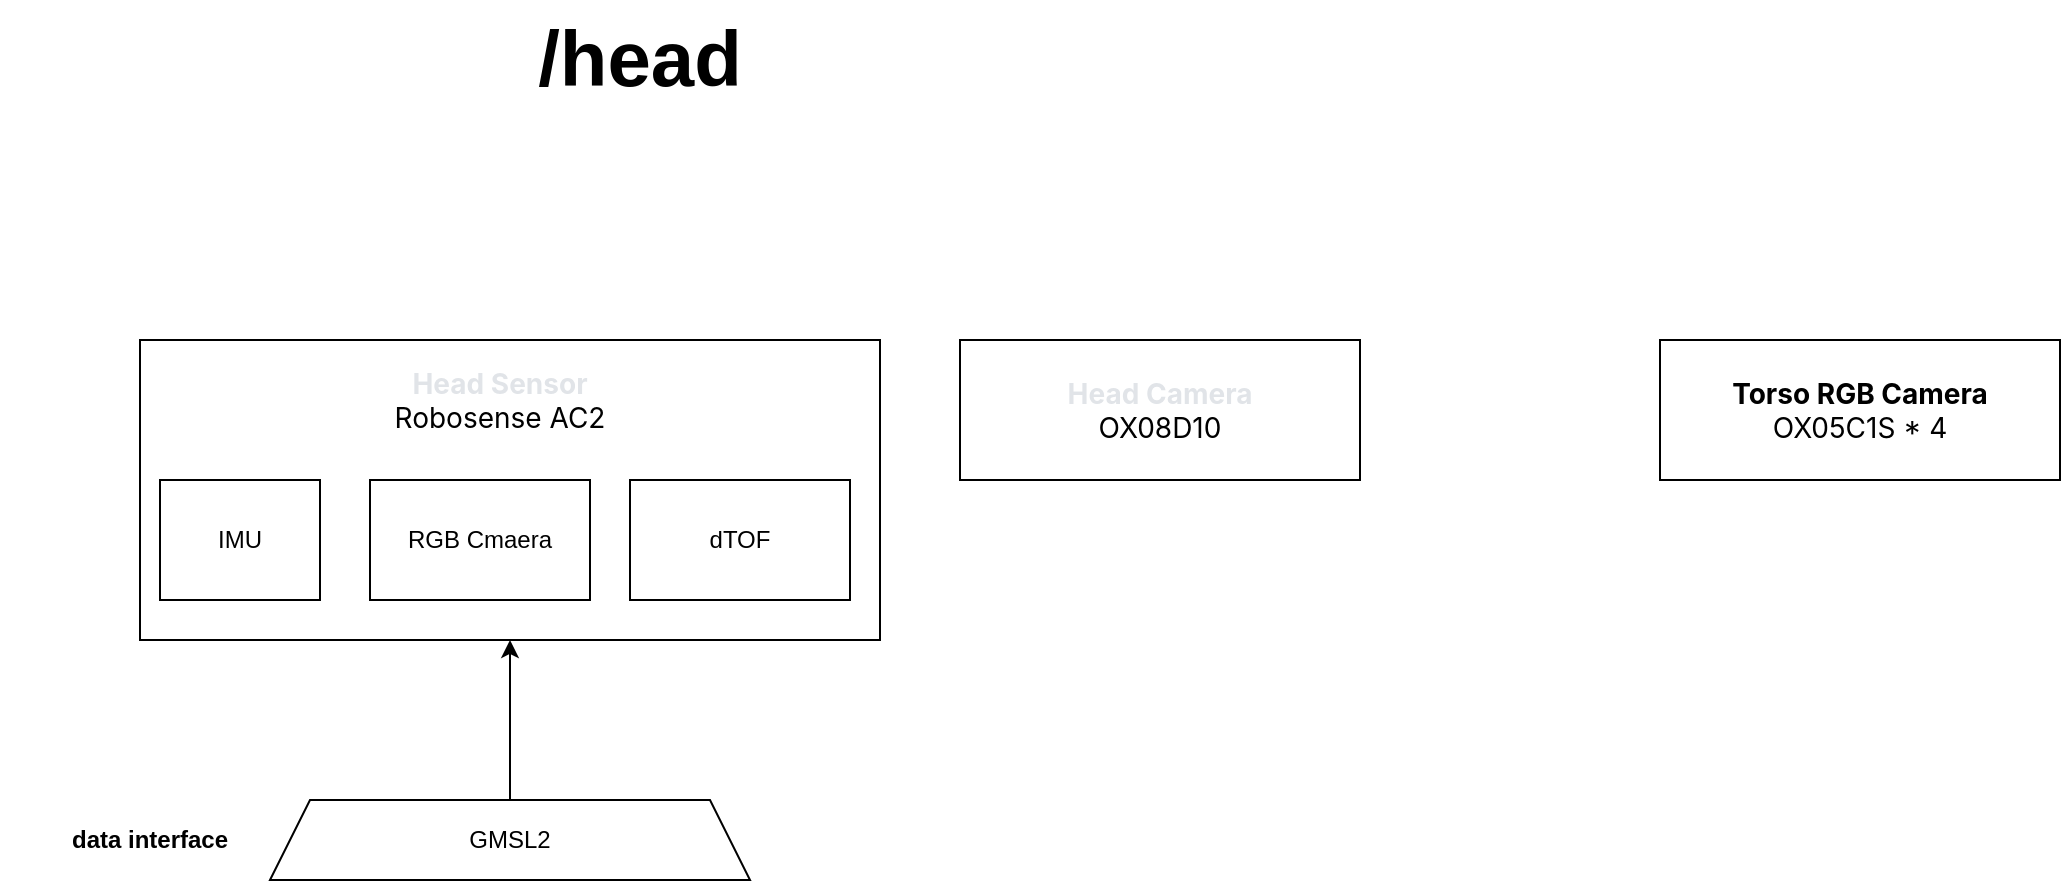
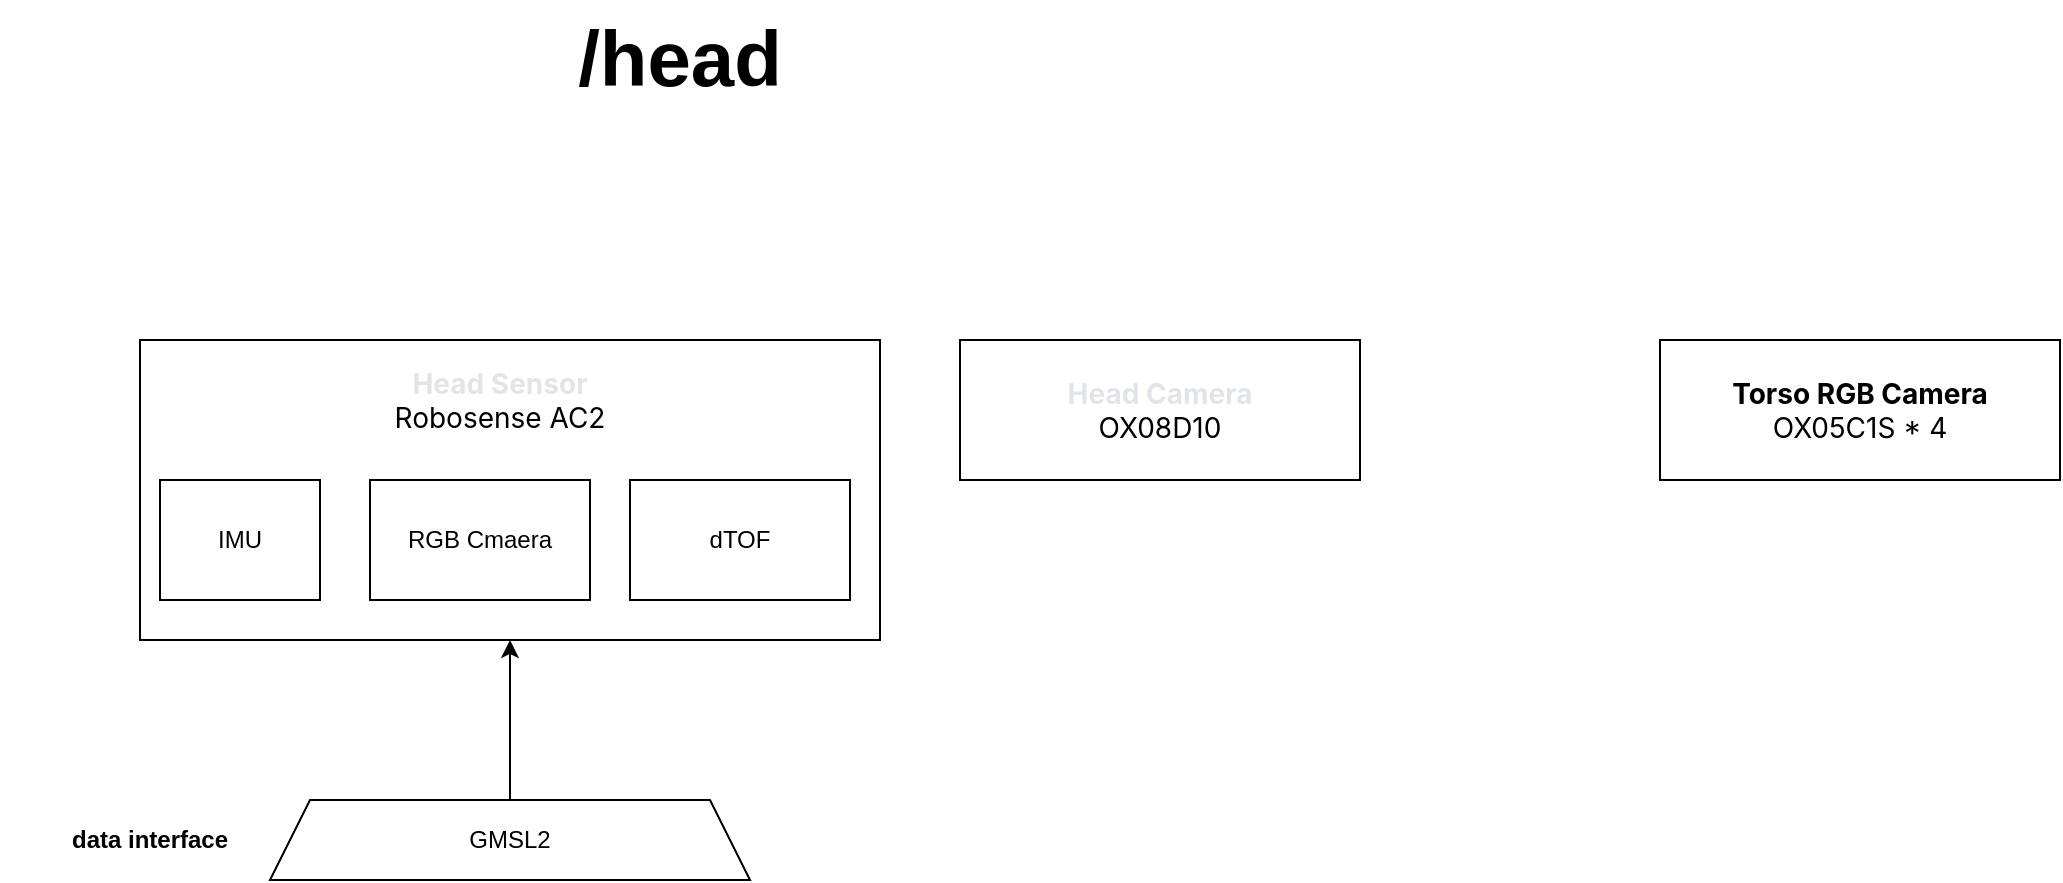
<mxfile host="app.diagrams.net">
  <diagram name="传感器整理" id="LXRXHt9DRMbfsnbOX2XS">
    <mxGraphModel dx="1947" dy="734" grid="1" gridSize="10" guides="1" tooltips="1" connect="1" arrows="1" fold="1" page="1" pageScale="1" pageWidth="827" pageHeight="1169" math="0" shadow="0">
      <root>
        <mxCell id="0" />
        <mxCell id="1" parent="0" />
        <mxCell id="if_Ictj8y_H9tt94Ulmm-2" parent="1" style="rounded=0;whiteSpace=wrap;html=1;" value="" vertex="1">
          <mxGeometry height="150" width="370" x="-610" y="210" as="geometry" />
        </mxCell>
        <mxCell id="if_Ictj8y_H9tt94Ulmm-3" parent="1" style="rounded=0;whiteSpace=wrap;html=1;align=center;" value="&lt;div style=&quot;&quot;&gt;&lt;span style=&quot;font-family: -apple-system, BlinkMacSystemFont, &amp;quot;Segoe WPC&amp;quot;, &amp;quot;Segoe UI&amp;quot;, system-ui, Ubuntu, &amp;quot;Droid Sans&amp;quot;, sans-serif; font-size: 14px;&quot;&gt;&lt;b&gt;Torso RGB Camera&lt;/b&gt;&lt;/span&gt;&lt;span style=&quot;background-color: transparent; color: light-dark(rgb(0, 0, 0), rgb(255, 255, 255)); font-size: 14px;&quot;&gt;&lt;font face=&quot;-apple-system, BlinkMacSystemFont, Segoe WPC, Segoe UI, system-ui, Ubuntu, Droid Sans, sans-serif&quot;&gt;&lt;/font&gt;&lt;/span&gt;&lt;/div&gt;&lt;div style=&quot;&quot;&gt;&lt;span style=&quot;background-color: transparent; color: light-dark(rgb(0, 0, 0), rgb(255, 255, 255)); font-size: 14px;&quot;&gt;&lt;font face=&quot;-apple-system, BlinkMacSystemFont, Segoe WPC, Segoe UI, system-ui, Ubuntu, Droid Sans, sans-serif&quot;&gt;OX05C1S * 4&lt;/font&gt;&lt;/span&gt;&lt;/div&gt;" vertex="1">
          <mxGeometry height="70" width="200" x="150" y="210" as="geometry" />
        </mxCell>
        <mxCell id="0J0jtPP8bCpQZUBdG7A1-1" parent="1" style="rounded=0;whiteSpace=wrap;html=1;" value="&lt;div&gt;&lt;span style=&quot;font-family: -apple-system, BlinkMacSystemFont, &amp;quot;Segoe WPC&amp;quot;, &amp;quot;Segoe UI&amp;quot;, system-ui, Ubuntu, &amp;quot;Droid Sans&amp;quot;, sans-serif; font-size: 14px; text-align: start;&quot;&gt;&lt;font style=&quot;color: light-dark(rgb(225, 228, 232), rgb(255, 255, 255));&quot;&gt;&lt;b&gt;Head Camera&lt;/b&gt;&lt;/font&gt;&lt;/span&gt;&lt;/div&gt;&lt;div&gt;&lt;span style=&quot;font-family: -apple-system, BlinkMacSystemFont, &amp;quot;Segoe WPC&amp;quot;, &amp;quot;Segoe UI&amp;quot;, system-ui, Ubuntu, &amp;quot;Droid Sans&amp;quot;, sans-serif; font-size: 14px; text-align: start;&quot;&gt;OX08D10&lt;/span&gt;&lt;/div&gt;" vertex="1">
          <mxGeometry height="70" width="200" x="-200" y="210" as="geometry" />
        </mxCell>
        <mxCell id="0J0jtPP8bCpQZUBdG7A1-2" parent="1" style="rounded=0;whiteSpace=wrap;html=1;" value="IMU" vertex="1">
          <mxGeometry height="60" width="80" x="-600" y="280" as="geometry" />
        </mxCell>
        <mxCell id="0J0jtPP8bCpQZUBdG7A1-6" parent="1" style="rounded=0;whiteSpace=wrap;html=1;" value="RGB Cmaera" vertex="1">
          <mxGeometry height="60" width="110" x="-495" y="280" as="geometry" />
        </mxCell>
        <mxCell id="0J0jtPP8bCpQZUBdG7A1-8" parent="1" style="rounded=0;whiteSpace=wrap;html=1;" value="dTOF" vertex="1">
          <mxGeometry height="60" width="110" x="-365" y="280" as="geometry" />
        </mxCell>
        <mxCell id="0J0jtPP8bCpQZUBdG7A1-10" parent="1" style="text;html=1;whiteSpace=wrap;strokeColor=none;fillColor=none;align=center;verticalAlign=middle;rounded=0;" value="&lt;div&gt;&lt;span style=&quot;font-family: -apple-system, BlinkMacSystemFont, &amp;quot;Segoe WPC&amp;quot;, &amp;quot;Segoe UI&amp;quot;, system-ui, Ubuntu, &amp;quot;Droid Sans&amp;quot;, sans-serif; font-size: 14px; text-align: start;&quot;&gt;&lt;font style=&quot;color: light-dark(rgb(225, 228, 232), rgb(255, 255, 255));&quot;&gt;&lt;b&gt;Head Sensor&lt;/b&gt;&lt;/font&gt;&lt;/span&gt;&lt;/div&gt;&lt;div&gt;&lt;span style=&quot;font-family: -apple-system, BlinkMacSystemFont, &amp;quot;Segoe WPC&amp;quot;, &amp;quot;Segoe UI&amp;quot;, system-ui, Ubuntu, &amp;quot;Droid Sans&amp;quot;, sans-serif; font-size: 14px; text-align: start;&quot;&gt;Robosense AC2&lt;/span&gt;&lt;/div&gt;" vertex="1">
          <mxGeometry height="60" width="130" x="-495" y="210" as="geometry" />
        </mxCell>
        <mxCell id="0J0jtPP8bCpQZUBdG7A1-12" edge="1" parent="1" source="0J0jtPP8bCpQZUBdG7A1-11" style="edgeStyle=orthogonalEdgeStyle;rounded=0;orthogonalLoop=1;jettySize=auto;html=1;exitX=0.5;exitY=0;exitDx=0;exitDy=0;entryX=0.5;entryY=1;entryDx=0;entryDy=0;" target="if_Ictj8y_H9tt94Ulmm-2">
          <mxGeometry relative="1" as="geometry" />
        </mxCell>
        <mxCell id="0J0jtPP8bCpQZUBdG7A1-11" parent="1" style="shape=trapezoid;perimeter=trapezoidPerimeter;whiteSpace=wrap;html=1;fixedSize=1;" value="GMSL2" vertex="1">
          <mxGeometry height="40" width="240" x="-545" y="440" as="geometry" />
        </mxCell>
        <mxCell id="0J0jtPP8bCpQZUBdG7A1-13" parent="1" style="text;html=1;whiteSpace=wrap;strokeColor=none;fillColor=none;align=center;verticalAlign=middle;rounded=0;" value="&lt;b&gt;data interface&lt;/b&gt;" vertex="1">
          <mxGeometry height="40" width="150" x="-680" y="440" as="geometry" />
        </mxCell>
        <mxCell id="0J0jtPP8bCpQZUBdG7A1-14" parent="1" style="text;html=1;whiteSpace=wrap;strokeColor=none;fillColor=none;align=center;verticalAlign=middle;rounded=0;fontSize=39;" value="&lt;b&gt;/head&lt;/b&gt;" vertex="1">
-           <mxGeometry height="60" width="220" x="-470" y="40" as="geometry" />
+           <mxGeometry height="60" width="220" x="-450" y="40" as="geometry" />
        </mxCell>
      </root>
    </mxGraphModel>
  </diagram>
</mxfile>
